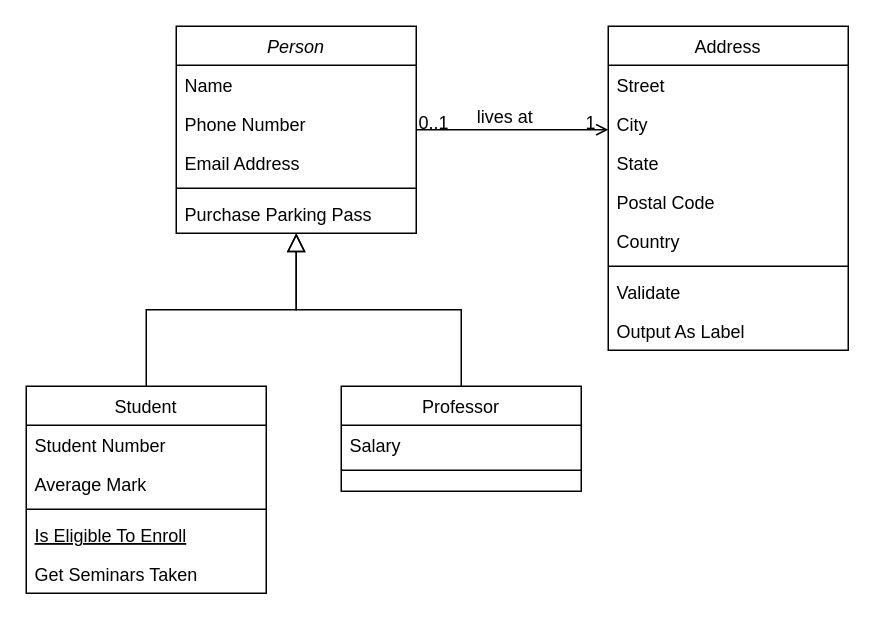
Above: Diagramă fără titlu.drawio in raresmaier234/ISS (draw.io), before the change. Source tidied: cells renumbered, new cells numbered last; positions are measured from the earlier drawing's top-left corner, leaving out a move shared by most shapes. Both pictures are drawn from the tidied source at 150%, with x=0, y=0 at pixel (26, 26).
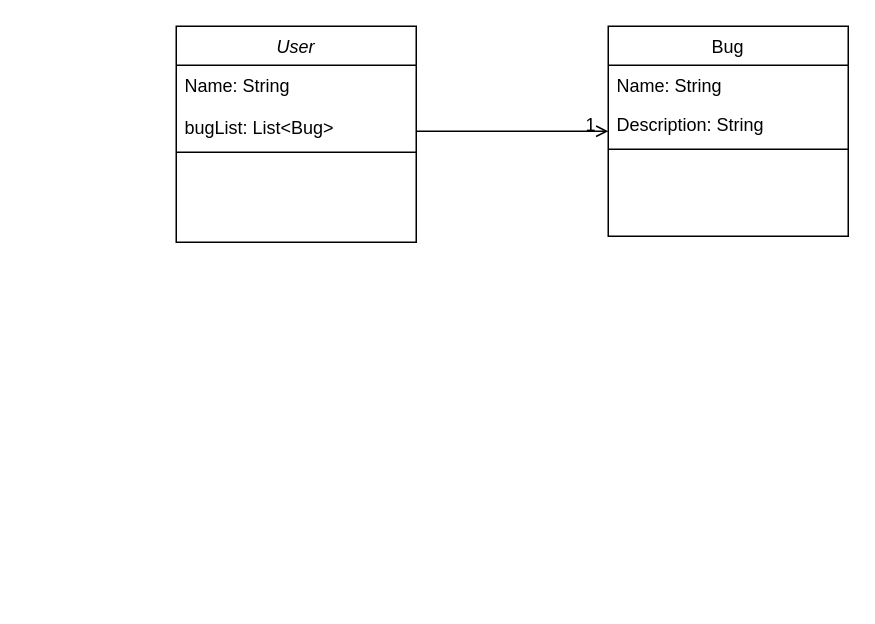
The same page after the edit.

The change refers to these unchanged cells:
```xml
<mxCell id="28" style="endArrow=open;shadow=0;strokeWidth=1;rounded=0;curved=0;endFill=1;edgeStyle=elbowEdgeStyle;elbow=vertical;" parent="1" edge="1" source="2" target="19">
  <mxGeometry x="0.5" y="41" relative="1" as="geometry">
    <mxPoint x="-40" y="32" as="offset" />
  </mxGeometry>
</mxCell>
```

Change to the diagram source:
```diff
@@
-    <mxCell id="2" value="Person" style="swimlane;fontStyle=2;align=center;verticalAlign=top;horizontal=1;startSize=26;rounded=0;shadow=0;strokeWidth=1;" parent="1" vertex="1">
-      <mxGeometry x="100" width="160" height="138" as="geometry" />
+    <mxCell id="2" value="User" style="swimlane;fontStyle=2;align=center;verticalAlign=top;horizontal=1;startSize=26;rounded=0;shadow=0;strokeWidth=1;" parent="1" vertex="1">
+      <mxGeometry x="100" width="160" height="144" as="geometry" />
     </mxCell>
-    <mxCell id="3" value="Name" style="text;align=left;verticalAlign=top;spacingLeft=4;spacingRight=4;overflow=hidden;" parent="2" vertex="1">
-      <mxGeometry y="26" width="160" height="26" as="geometry" />
-    </mxCell>
-    <mxCell id="4" value="Phone Number" style="text;align=left;verticalAlign=top;spacingLeft=4;spacingRight=4;overflow=hidden;rounded=0;shadow=0;html=0;" parent="2" vertex="1">
-      <mxGeometry y="52" width="160" height="26" as="geometry" />
-    </mxCell>
-    <mxCell id="5" value="Email Address" style="text;align=left;verticalAlign=top;spacingLeft=4;spacingRight=4;overflow=hidden;rounded=0;shadow=0;html=0;" parent="2" vertex="1">
-      <mxGeometry y="78" width="160" height="26" as="geometry" />
+    <mxCell id="5" value="Name: String&#10;&#10;bugList: List&lt;Bug&gt;&#10;&#10;" style="text;align=left;verticalAlign=top;spacingLeft=4;spacingRight=4;overflow=hidden;rounded=0;shadow=0;html=0;" parent="2" vertex="1">
+      <mxGeometry y="26" width="160" height="54" as="geometry" />
     </mxCell>
     <mxCell id="6" style="line;html=1;strokeWidth=1;align=left;verticalAlign=middle;spacingTop=-1;spacingLeft=3;spacingRight=3;labelPosition=right;" parent="2" vertex="1">
-      <mxGeometry y="104" width="160" height="8" as="geometry" />
+      <mxGeometry y="80" width="160" height="8" as="geometry" />
     </mxCell>
-    <mxCell id="7" value="Purchase Parking Pass" style="text;align=left;verticalAlign=top;spacingLeft=4;spacingRight=4;overflow=hidden;" parent="2" vertex="1">
-      <mxGeometry y="112" width="160" height="26" as="geometry" />
-    </mxCell>
-    <mxCell id="8" value="Student" style="swimlane;fontStyle=0;align=center;verticalAlign=top;horizontal=1;startSize=26;rounded=0;shadow=0;strokeWidth=1;" parent="1" vertex="1">
-      <mxGeometry y="240" width="160" height="138" as="geometry" />
-    </mxCell>
-    <mxCell id="9" value="Student Number" style="text;align=left;verticalAlign=top;spacingLeft=4;spacingRight=4;overflow=hidden;" parent="8" vertex="1">
-      <mxGeometry y="26" width="160" height="26" as="geometry" />
-    </mxCell>
-    <mxCell id="10" value="Average Mark" style="text;align=left;verticalAlign=top;spacingLeft=4;spacingRight=4;overflow=hidden;rounded=0;shadow=0;html=0;" parent="8" vertex="1">
-      <mxGeometry y="52" width="160" height="26" as="geometry" />
-    </mxCell>
-    <mxCell id="11" style="line;html=1;strokeWidth=1;align=left;verticalAlign=middle;spacingTop=-1;spacingLeft=3;spacingRight=3;labelPosition=right;" parent="8" vertex="1">
-      <mxGeometry y="78" width="160" height="8" as="geometry" />
-    </mxCell>
-    <mxCell id="12" value="Is Eligible To Enroll" style="text;align=left;verticalAlign=top;spacingLeft=4;spacingRight=4;overflow=hidden;fontStyle=4;" parent="8" vertex="1">
-      <mxGeometry y="86" width="160" height="26" as="geometry" />
-    </mxCell>
-    <mxCell id="13" value="Get Seminars Taken" style="text;align=left;verticalAlign=top;spacingLeft=4;spacingRight=4;overflow=hidden;" parent="8" vertex="1">
-      <mxGeometry y="112" width="160" height="26" as="geometry" />
-    </mxCell>
-    <mxCell id="14" style="endArrow=block;endSize=10;endFill=0;shadow=0;strokeWidth=1;rounded=0;curved=0;edgeStyle=elbowEdgeStyle;elbow=vertical;" parent="1" edge="1" source="8" target="2">
-      <mxGeometry relative="1" as="geometry" />
-    </mxCell>
-    <mxCell id="15" value="Professor" style="swimlane;fontStyle=0;align=center;verticalAlign=top;horizontal=1;startSize=26;rounded=0;shadow=0;strokeWidth=1;" parent="1" vertex="1">
-      <mxGeometry x="210" y="240" width="160" height="70" as="geometry" />
-    </mxCell>
-    <mxCell id="16" value="Salary" style="text;align=left;verticalAlign=top;spacingLeft=4;spacingRight=4;overflow=hidden;" parent="15" vertex="1">
-      <mxGeometry y="26" width="160" height="26" as="geometry" />
-    </mxCell>
-    <mxCell id="17" style="line;html=1;strokeWidth=1;align=left;verticalAlign=middle;spacingTop=-1;spacingLeft=3;spacingRight=3;labelPosition=right;" parent="15" vertex="1">
-      <mxGeometry y="52" width="160" height="8" as="geometry" />
-    </mxCell>
-    <mxCell id="18" style="endArrow=block;endSize=10;endFill=0;shadow=0;strokeWidth=1;rounded=0;curved=0;edgeStyle=elbowEdgeStyle;elbow=vertical;" parent="1" edge="1" source="15" target="2">
-      <mxGeometry relative="1" as="geometry" />
-    </mxCell>
-    <mxCell id="19" value="Address" style="swimlane;fontStyle=0;align=center;verticalAlign=top;horizontal=1;startSize=26;rounded=0;shadow=0;strokeWidth=1;" parent="1" vertex="1">
-      <mxGeometry x="388" width="160" height="216" as="geometry" />
+    <mxCell id="19" value="Bug" style="swimlane;fontStyle=0;align=center;verticalAlign=top;horizontal=1;startSize=26;rounded=0;shadow=0;strokeWidth=1;" parent="1" vertex="1">
+      <mxGeometry x="388" width="160" height="140" as="geometry" />
     </mxCell>
-    <mxCell id="20" value="Street" style="text;align=left;verticalAlign=top;spacingLeft=4;spacingRight=4;overflow=hidden;" parent="19" vertex="1">
+    <mxCell id="20" value="Name: String" style="text;align=left;verticalAlign=top;spacingLeft=4;spacingRight=4;overflow=hidden;" parent="19" vertex="1">
       <mxGeometry y="26" width="160" height="26" as="geometry" />
     </mxCell>
-    <mxCell id="21" value="City" style="text;align=left;verticalAlign=top;spacingLeft=4;spacingRight=4;overflow=hidden;rounded=0;shadow=0;html=0;" parent="19" vertex="1">
+    <mxCell id="21" value="Description: String" style="text;align=left;verticalAlign=top;spacingLeft=4;spacingRight=4;overflow=hidden;rounded=0;shadow=0;html=0;" parent="19" vertex="1">
       <mxGeometry y="52" width="160" height="26" as="geometry" />
     </mxCell>
-    <mxCell id="22" value="State" style="text;align=left;verticalAlign=top;spacingLeft=4;spacingRight=4;overflow=hidden;rounded=0;shadow=0;html=0;" parent="19" vertex="1">
-      <mxGeometry y="78" width="160" height="26" as="geometry" />
-    </mxCell>
-    <mxCell id="23" value="Postal Code" style="text;align=left;verticalAlign=top;spacingLeft=4;spacingRight=4;overflow=hidden;rounded=0;shadow=0;html=0;" parent="19" vertex="1">
-      <mxGeometry y="104" width="160" height="26" as="geometry" />
-    </mxCell>
-    <mxCell id="24" value="Country" style="text;align=left;verticalAlign=top;spacingLeft=4;spacingRight=4;overflow=hidden;rounded=0;shadow=0;html=0;" parent="19" vertex="1">
-      <mxGeometry y="130" width="160" height="26" as="geometry" />
-    </mxCell>
     <mxCell id="25" style="line;html=1;strokeWidth=1;align=left;verticalAlign=middle;spacingTop=-1;spacingLeft=3;spacingRight=3;labelPosition=right;" parent="19" vertex="1">
-      <mxGeometry y="156" width="160" height="8" as="geometry" />
+      <mxGeometry y="78" width="160" height="8" as="geometry" />
     </mxCell>
-    <mxCell id="26" value="Validate" style="text;align=left;verticalAlign=top;spacingLeft=4;spacingRight=4;overflow=hidden;" parent="19" vertex="1">
-      <mxGeometry y="164" width="160" height="26" as="geometry" />
-    </mxCell>
-    <mxCell id="27" value="Output As Label" style="text;align=left;verticalAlign=top;spacingLeft=4;spacingRight=4;overflow=hidden;" parent="19" vertex="1">
-      <mxGeometry y="190" width="160" height="26" as="geometry" />
-    </mxCell>
@@
-    <mxCell id="29" value="0..1" style="align=left;verticalAlign=bottom;labelBackgroundColor=none;fontSize=12;" parent="28" vertex="1">
+    <mxCell id="29" style="align=left;verticalAlign=bottom;labelBackgroundColor=none;fontSize=12;" parent="28" vertex="1">
       <mxGeometry x="-1" relative="1" as="geometry">
         <mxPoint y="4" as="offset" />
       </mxGeometry>
     </mxCell>
@@
-    <mxCell id="31" value="lives at" style="text;html=1;align=center;verticalAlign=middle;labelBackgroundColor=none;rounded=0;shadow=0;strokeWidth=1;fontSize=12;" parent="28" vertex="1">
-      <mxGeometry x="0.5" y="49" relative="1" as="geometry">
-        <mxPoint x="-38" y="40" as="offset" />
-      </mxGeometry>
-    </mxCell>
```
